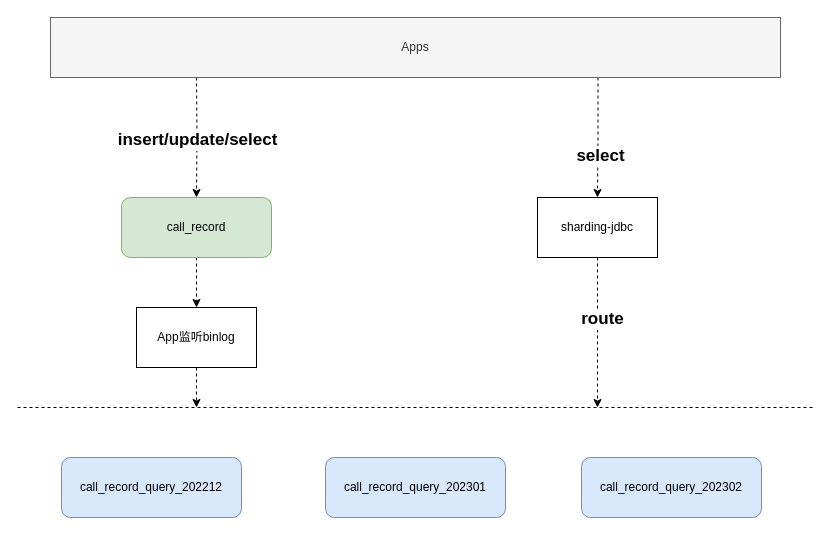
This is page "第 6 页" (6 of 14) of wiz/WIZ-数据.drawio from smileLuckBoy/drowio, a draw.io file, before an edit. Source tidied: cells renumbered, new cells numbered last; positions are measured from the earlier drawing's top-left corner, leaving out a move shared by most shapes. Both pictures are drawn from the tidied source at 100%, with x=0, y=0 at pixel (17, 17).
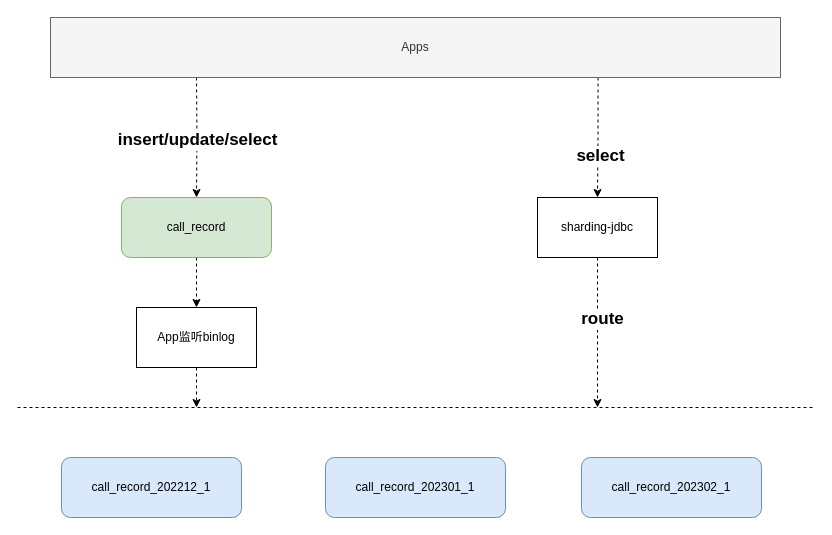
The same page after the edit.

What changed in the source:
```diff
@@
-    <mxCell id="6" value="call_record_query_202212" style="rounded=1;whiteSpace=wrap;html=1;fillColor=#dae8fc;strokeColor=#6c8ebf;" parent="1" vertex="1">
-      <mxGeometry x="44" y="440" width="180" height="60" as="geometry" />
-    </mxCell>
-    <mxCell id="7" value="call_record_query_202301" style="rounded=1;whiteSpace=wrap;html=1;fillColor=#dae8fc;strokeColor=#6c8ebf;" parent="1" vertex="1">
-      <mxGeometry x="308" y="440" width="180" height="60" as="geometry" />
-    </mxCell>
-    <mxCell id="8" value="call_record_query_202302" style="rounded=1;whiteSpace=wrap;html=1;fillColor=#dae8fc;strokeColor=#6c8ebf;" parent="1" vertex="1">
-      <mxGeometry x="564" y="440" width="180" height="60" as="geometry" />
-    </mxCell>
@@
+    <mxCell id="18" value="call_record_202212_1" style="rounded=1;whiteSpace=wrap;html=1;fillColor=#dae8fc;strokeColor=#6c8ebf;" parent="1" vertex="1">
+      <mxGeometry x="44" y="440" width="180" height="60" as="geometry" />
+    </mxCell>
+    <mxCell id="19" value="call_record_202301_1" style="rounded=1;whiteSpace=wrap;html=1;fillColor=#dae8fc;strokeColor=#6c8ebf;" parent="1" vertex="1">
+      <mxGeometry x="308" y="440" width="180" height="60" as="geometry" />
+    </mxCell>
+    <mxCell id="20" value="call_record_202302_1" style="rounded=1;whiteSpace=wrap;html=1;fillColor=#dae8fc;strokeColor=#6c8ebf;" parent="1" vertex="1">
+      <mxGeometry x="564" y="440" width="180" height="60" as="geometry" />
+    </mxCell>
```
